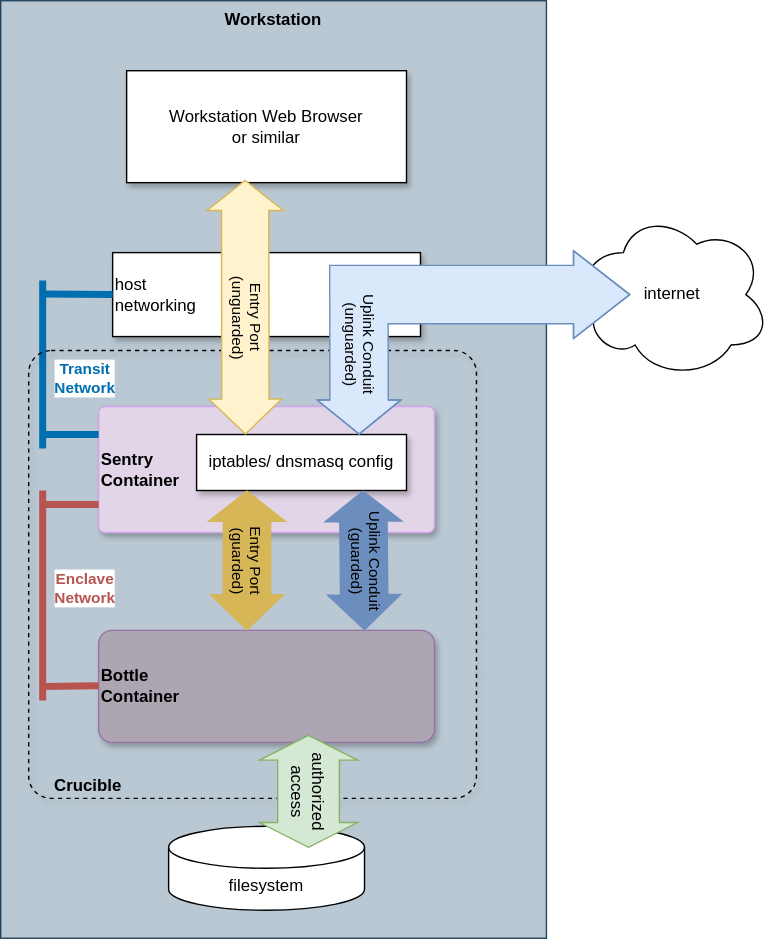
The draw.io diagram rbm-abstract-drawio.svg in bhyslop/recipemuster, before a commit. Source tidied: cells renumbered, new cells last; positions are measured from the earlier drawing's top-left corner, leaving out a move shared by most shapes.
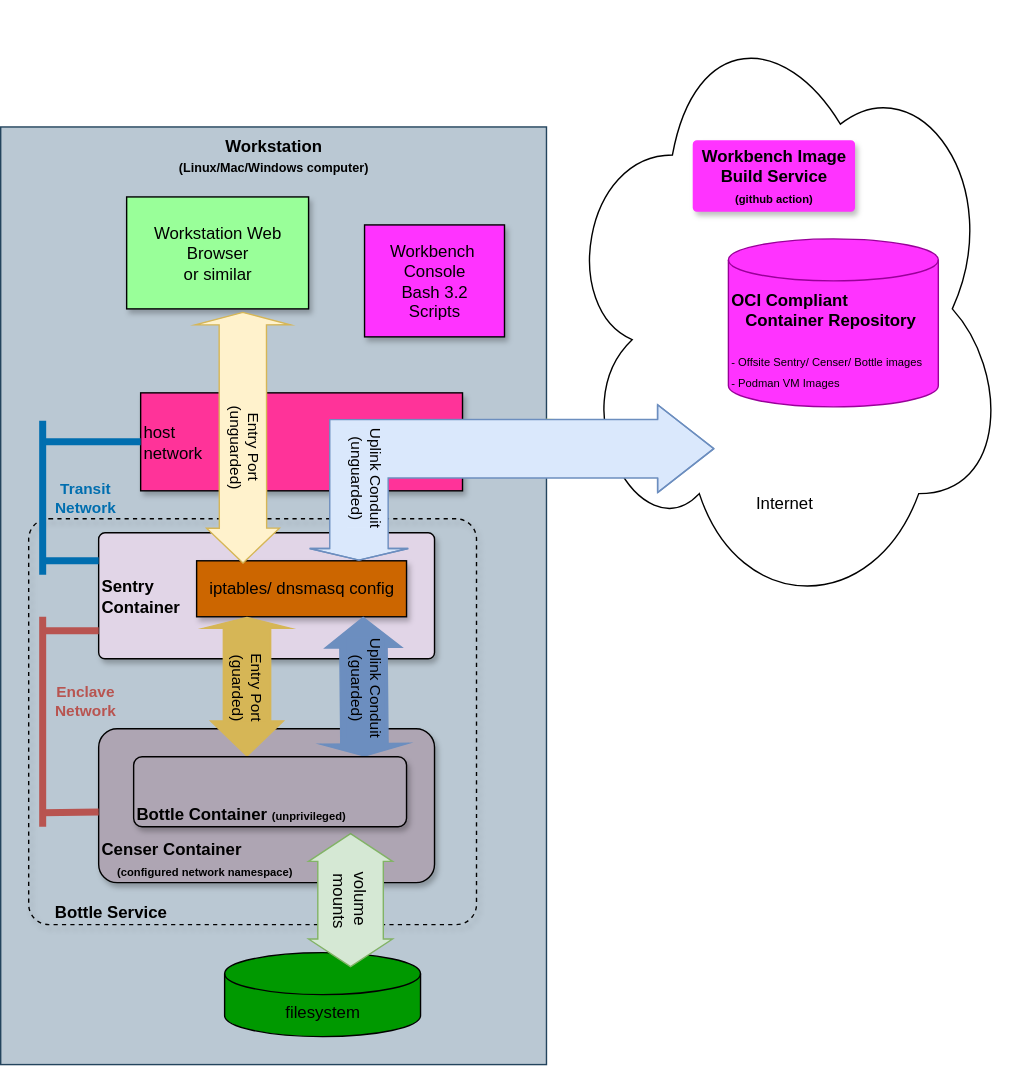
The same diagram one commit later.

The edit, as a diff of the source:
```diff
@@ -2,17 +2,20 @@
   <root>
     <mxCell id="0" />
     <mxCell id="1" parent="0" />
-    <mxCell id="2" value="Workstation" style="whiteSpace=wrap;html=1;rounded=0;glass=0;shadow=0;arcSize=5;verticalAlign=top;fillColor=#bac8d3;strokeColor=#23445d;fontStyle=1;" parent="1" vertex="1">
+    <mxCell id="2" value="Workstation&lt;div&gt;&lt;font style=&quot;font-size: 9px;&quot;&gt;(Linux/Mac/Windows computer)&lt;/font&gt;&lt;/div&gt;" style="whiteSpace=wrap;html=1;rounded=0;glass=0;shadow=0;arcSize=5;verticalAlign=top;fillColor=#bac8d3;strokeColor=#23445d;fontStyle=1;fontColor=#000000;" parent="1" vertex="1">
       <mxGeometry width="390" height="670" as="geometry" />
     </mxCell>
+    <mxCell id="19" value="&lt;b&gt;&amp;nbsp; &amp;nbsp; &amp;nbsp;Bottle Service&lt;/b&gt;" style="whiteSpace=wrap;html=1;rounded=1;glass=0;shadow=1;arcSize=5;fillColor=none;dashed=1;align=left;verticalAlign=bottom;fontColor=#000000;strokeColor=#000000;" parent="1" vertex="1">
+      <mxGeometry x="20" y="280" width="320" height="290" as="geometry" />
+    </mxCell>
-    <mxCell id="3" value="Sentry&lt;div&gt;Container&lt;/div&gt;" style="whiteSpace=wrap;html=1;rounded=1;glass=0;shadow=1;arcSize=5;verticalAlign=middle;align=left;fillColor=#e1d5e7;strokeColor=#D4A3EB;fontStyle=1;" parent="1" vertex="1">
+    <mxCell id="3" value="Sentry&lt;div&gt;Container&lt;/div&gt;" style="whiteSpace=wrap;html=1;rounded=1;glass=0;shadow=1;arcSize=5;verticalAlign=middle;align=left;fillColor=#e1d5e7;strokeColor=#000000;fontStyle=1;fontColor=#000000;" parent="1" vertex="1">
       <mxGeometry x="70" y="290" width="240" height="90" as="geometry" />
     </mxCell>
-    <mxCell id="4" value="Bottle&lt;div&gt;Container&lt;/div&gt;" style="whiteSpace=wrap;html=1;rounded=1;glass=0;shadow=1;arcSize=12;align=left;verticalAlign=middle;fillColor=#AEA5B3;strokeColor=#9673a6;fontStyle=1;" parent="1" vertex="1">
-      <mxGeometry x="70" y="450" width="240" height="80" as="geometry" />
+    <mxCell id="4" value="&lt;font style=&quot;color: rgb(0, 0, 0);&quot;&gt;Censer Container&lt;/font&gt;&lt;div&gt;&lt;font style=&quot;font-size: 8px;&quot; color=&quot;#000000&quot;&gt;&amp;nbsp; &amp;nbsp; &amp;nbsp;(configured network namespace)&lt;/font&gt;&lt;/div&gt;" style="whiteSpace=wrap;html=1;rounded=1;glass=0;shadow=1;arcSize=12;align=left;verticalAlign=bottom;fillColor=light-dark(#AEA5B3, #e1d5e7);strokeColor=#000000;fontStyle=1;fontColor=#000000;" parent="1" vertex="1">
+      <mxGeometry x="70" y="430" width="240" height="110" as="geometry" />
     </mxCell>
-    <mxCell id="5" value="Enclave&lt;div&gt;Network&lt;/div&gt;" style="edgeStyle=none;orthogonalLoop=1;jettySize=auto;html=1;rounded=0;endArrow=none;endFill=0;fillColor=#f8cecc;strokeColor=#b85450;strokeWidth=5;fontColor=#B85450;fontStyle=1;" parent="1" edge="1">
-      <mxGeometry x="0.07" y="-30" relative="1" as="geometry">
+    <mxCell id="5" value="Enclave&lt;div&gt;Network&lt;/div&gt;" style="edgeStyle=none;orthogonalLoop=1;jettySize=auto;html=1;rounded=0;endArrow=none;endFill=0;fillColor=#f8cecc;strokeColor=#b85450;strokeWidth=5;fontColor=#B85450;fontStyle=1;labelBackgroundColor=none;" parent="1" edge="1">
+      <mxGeometry x="0.2" y="-30" relative="1" as="geometry">
         <mxPoint x="30" y="500" as="sourcePoint" />
         <mxPoint x="30" y="350" as="targetPoint" />
       </mxGeometry>
@@ -29,8 +32,8 @@
         <mxPoint x="70" y="489.5" as="targetPoint" />
       </mxGeometry>
     </mxCell>
-    <mxCell id="8" value="host&lt;div&gt;networking&lt;/div&gt;" style="whiteSpace=wrap;html=1;rounded=0;glass=0;shadow=1;arcSize=5;align=left;verticalAlign=middle;" parent="1" vertex="1">
-      <mxGeometry x="80" y="180" width="220" height="60" as="geometry" />
+    <mxCell id="8" value="host&lt;div&gt;network&lt;/div&gt;" style="whiteSpace=wrap;html=1;rounded=0;glass=0;shadow=1;arcSize=5;align=left;verticalAlign=middle;fillColor=#FF3399;strokeColor=#000000;fontColor=#000000;" parent="1" vertex="1">
+      <mxGeometry x="100" y="190" width="230" height="70" as="geometry" />
     </mxCell>
     <mxCell id="9" style="edgeStyle=none;orthogonalLoop=1;jettySize=auto;html=1;rounded=0;endArrow=none;endFill=0;fillColor=#1ba1e2;strokeColor=#006EAF;strokeWidth=5;" parent="1" edge="1">
       <mxGeometry relative="1" as="geometry">
@@ -38,65 +41,76 @@
         <mxPoint x="70" y="310" as="targetPoint" />
       </mxGeometry>
     </mxCell>
-    <mxCell id="10" value="Transit&lt;div&gt;Network&lt;/div&gt;" style="edgeStyle=none;orthogonalLoop=1;jettySize=auto;html=1;rounded=0;endArrow=none;endFill=0;fillColor=#1ba1e2;strokeColor=#006EAF;strokeWidth=5;fontColor=#006EAF;align=center;fontStyle=1;" parent="1" edge="1">
-      <mxGeometry x="-0.17" y="-30" relative="1" as="geometry">
+    <mxCell id="10" value="Transit&lt;div&gt;Network&lt;/div&gt;" style="edgeStyle=none;orthogonalLoop=1;jettySize=auto;html=1;rounded=0;endArrow=none;endFill=0;fillColor=#1ba1e2;strokeColor=#006EAF;strokeWidth=5;fontColor=#006EAF;align=center;fontStyle=1;labelBackgroundColor=none;" parent="1" edge="1">
+      <mxGeometry y="-30" relative="1" as="geometry">
         <mxPoint x="30" y="320" as="sourcePoint" />
-        <mxPoint x="30" y="200" as="targetPoint" />
+        <mxPoint x="30" y="210" as="targetPoint" />
       </mxGeometry>
     </mxCell>
-    <mxCell id="11" value="Workstation Web Browser&lt;div&gt;or similar&lt;/div&gt;" style="whiteSpace=wrap;html=1;rounded=0;glass=0;shadow=1;arcSize=5;" parent="1" vertex="1">
-      <mxGeometry x="90" y="50" width="200" height="80" as="geometry" />
+    <mxCell id="11" value="Workstation Web Browser&lt;div&gt;or similar&lt;/div&gt;" style="whiteSpace=wrap;html=1;rounded=0;glass=0;shadow=1;arcSize=5;fillColor=#99FF99;strokeColor=#000000;fontColor=#000000;" parent="1" vertex="1">
+      <mxGeometry x="90" y="50" width="130" height="80" as="geometry" />
     </mxCell>
-    <mxCell id="12" style="edgeStyle=none;jettySize=auto;html=1;rounded=0;endArrow=none;endFill=0;entryX=1;entryY=0.5;entryDx=0;entryDy=0;exitX=0.103;exitY=0.501;exitDx=0;exitDy=0;exitPerimeter=0;fillColor=#fff2cc;strokeColor=#FFFF33;" parent="1" edge="1" source="17" target="8">
+    <mxCell id="12" style="edgeStyle=none;jettySize=auto;html=1;rounded=0;endArrow=none;endFill=0;entryX=1;entryY=0.5;entryDx=0;entryDy=0;exitX=0.103;exitY=0.501;exitDx=0;exitDy=0;exitPerimeter=0;fillColor=#fff2cc;strokeColor=#FFFF33;" parent="1" edge="1" target="8">
       <mxGeometry relative="1" as="geometry">
+        <mxPoint x="430.6" y="210.1" as="sourcePoint" />
         <Array as="points">
           <mxPoint x="390" y="209" />
         </Array>
       </mxGeometry>
     </mxCell>
-    <mxCell id="13" value="iptables/ dnsmasq config" style="whiteSpace=wrap;html=1;rounded=0;glass=0;shadow=1;arcSize=5;" parent="1" vertex="1">
+    <mxCell id="13" value="iptables/ dnsmasq config" style="whiteSpace=wrap;html=1;rounded=0;glass=0;shadow=1;arcSize=5;fillColor=#CC6600;strokeColor=#000000;fontColor=#000000;" parent="1" vertex="1">
       <mxGeometry x="140" y="310" width="150" height="40" as="geometry" />
     </mxCell>
     <mxCell id="14" style="edgeStyle=none;jettySize=auto;html=1;rounded=0;endArrow=none;endFill=0;fillColor=#1ba1e2;strokeColor=#006EAF;strokeWidth=5;entryX=0;entryY=0.5;entryDx=0;entryDy=0;" parent="1" edge="1" target="8">
       <mxGeometry relative="1" as="geometry">
-        <mxPoint x="30" y="209.6" as="sourcePoint" />
+        <mxPoint x="30" y="225" as="sourcePoint" />
       </mxGeometry>
     </mxCell>
-    <mxCell id="15" value="filesystem" style="shape=cylinder3;whiteSpace=wrap;html=1;boundedLbl=1;backgroundOutline=1;size=15;" parent="1" vertex="1">
-      <mxGeometry x="120" y="590" width="140" height="60" as="geometry" />
+    <mxCell id="15" value="filesystem" style="shape=cylinder3;whiteSpace=wrap;html=1;boundedLbl=1;backgroundOutline=1;size=15;fillColor=#009900;fontColor=#000000;strokeColor=#000000;" parent="1" vertex="1">
+      <mxGeometry x="160" y="590" width="140" height="60" as="geometry" />
     </mxCell>
-    <mxCell id="16" value="Entry Port&lt;div&gt;(guarded)&lt;/div&gt;" style="shape=flexArrow;endArrow=classic;startArrow=classic;html=1;rounded=0;width=33.80952380952381;endSize=7.9904761904761905;startSize=6.852380952380952;endWidth=17.24137931034483;textDirection=vertical-rl;fillColor=#D6B656;strokeColor=#d6b656;labelBackgroundColor=#D6B656;" parent="1" edge="1">
+    <mxCell id="16" value="Entry Port&lt;div&gt;(guarded)&lt;/div&gt;" style="shape=flexArrow;endArrow=classic;startArrow=classic;html=1;rounded=0;width=33.80952380952381;endSize=7.9904761904761905;startSize=2.223809523809524;endWidth=17.24137931034483;textDirection=vertical-rl;fillColor=#D6B656;strokeColor=#d6b656;labelBackgroundColor=#D6B656;startWidth=27.233560090702948;fontColor=#000000;" parent="1" edge="1">
       <mxGeometry x="1" y="-1" relative="1" as="geometry">
         <mxPoint x="176" y="350" as="sourcePoint" />
         <mxPoint x="176" y="450" as="targetPoint" />
       </mxGeometry>
     </mxCell>
-    <mxCell id="17" value="internet" style="ellipse;shape=cloud;whiteSpace=wrap;html=1;" parent="1" vertex="1">
-      <mxGeometry x="410" y="150" width="140" height="120" as="geometry" />
-    </mxCell>
-    <mxCell id="18" value="Uplink Conduit&lt;div&gt;(guarded)&lt;/div&gt;" style="shape=flexArrow;endArrow=classic;startArrow=classic;html=1;rounded=0;width=33.80952380952381;endSize=7.9904761904761905;startSize=6.852380952380952;endWidth=17.24137931034483;textDirection=vertical-rl;fillColor=#6C8EBF;strokeColor=#6c8ebf;labelBackgroundColor=#6C8EBF;" parent="1" edge="1">
+    <mxCell id="18" value="Uplink Conduit&lt;div&gt;(guarded)&lt;/div&gt;" style="shape=flexArrow;endArrow=classic;startArrow=classic;html=1;rounded=0;width=33.80952380952381;endSize=2.623809523809524;startSize=6.852380952380952;endWidth=28.185941043083897;textDirection=vertical-rl;fillColor=#6C8EBF;strokeColor=#6c8ebf;labelBackgroundColor=#6C8EBF;fontColor=#000000;" parent="1" edge="1">
       <mxGeometry x="1" relative="1" as="geometry">
         <mxPoint x="259" y="350" as="sourcePoint" />
         <mxPoint x="260" y="450" as="targetPoint" />
       </mxGeometry>
     </mxCell>
-    <mxCell id="19" value="&lt;b&gt;&amp;nbsp; &amp;nbsp; &amp;nbsp;Crucible&lt;/b&gt;" style="whiteSpace=wrap;html=1;rounded=1;glass=0;shadow=1;arcSize=5;fillColor=none;dashed=1;align=left;verticalAlign=bottom;" parent="1" vertex="1">
-      <mxGeometry x="20" y="250" width="320" height="320" as="geometry" />
-    </mxCell>
-    <mxCell id="20" value="authorized&lt;div&gt;access&lt;/div&gt;" style="html=1;shadow=0;dashed=0;align=center;verticalAlign=middle;shape=mxgraph.arrows2.twoWayArrow;dy=0.37;dx=17.71;fillColor=#d5e8d4;strokeColor=#82b366;rotation=90;" parent="1" vertex="1">
-      <mxGeometry x="180" y="530" width="80" height="70" as="geometry" />
+    <mxCell id="20" value="volume&amp;nbsp;&lt;div&gt;mounts&lt;/div&gt;" style="html=1;shadow=0;dashed=0;align=center;verticalAlign=middle;shape=mxgraph.arrows2.twoWayArrow;dy=0.22;dx=19.76;fillColor=#d5e8d4;strokeColor=#82b366;rotation=90;fontColor=#000000;" parent="1" vertex="1">
+      <mxGeometry x="202.5" y="522.5" width="95" height="60" as="geometry" />
     </mxCell>
+    <mxCell id="22" value="Entry Port&lt;div&gt;(unguarded)&lt;/div&gt;" style="shape=flexArrow;endArrow=classic;startArrow=classic;html=1;rounded=0;width=33.80952380952381;endSize=7.9904761904761905;startSize=2.6333333333333333;endWidth=17.24137931034483;textDirection=vertical-rl;fillColor=#fff2cc;strokeColor=#d6b656;labelBackgroundColor=#FFF2CC;entryX=0.221;entryY=0.054;entryDx=0;entryDy=0;entryPerimeter=0;startWidth=32.94784580498866;fontColor=#000000;" parent="1" edge="1" target="13">
+      <mxGeometry x="0.62" relative="1" as="geometry">
+        <mxPoint x="173" y="132" as="sourcePoint" />
+      </mxGeometry>
+    </mxCell>
+    <mxCell id="23" value="Bottle Container&amp;nbsp;&lt;span style=&quot;font-size: 8px; background-color: transparent;&quot;&gt;(unprivileged)&lt;/span&gt;" style="whiteSpace=wrap;html=1;rounded=1;glass=0;shadow=1;arcSize=12;align=left;verticalAlign=bottom;fillColor=#AEA5B3;strokeColor=#000000;fontStyle=1;fontColor=#000000;" parent="1" vertex="1">
+      <mxGeometry x="95" y="450" width="195" height="50" as="geometry" />
+    </mxCell>
+    <mxCell id="24" value="&lt;div&gt;&lt;span style=&quot;background-color: transparent; color: light-dark(rgb(0, 0, 0), rgb(255, 255, 255));&quot;&gt;Internet&lt;/span&gt;&lt;/div&gt;&lt;div&gt;&lt;span style=&quot;background-color: transparent; color: light-dark(rgb(0, 0, 0), rgb(255, 255, 255));&quot;&gt;&lt;br&gt;&lt;/span&gt;&lt;/div&gt;&lt;div&gt;&lt;span style=&quot;background-color: transparent; color: light-dark(rgb(0, 0, 0), rgb(255, 255, 255));&quot;&gt;&lt;br&gt;&lt;/span&gt;&lt;/div&gt;&lt;div&gt;&lt;span style=&quot;background-color: transparent; color: light-dark(rgb(0, 0, 0), rgb(255, 255, 255));&quot;&gt;&lt;br&gt;&lt;/span&gt;&lt;/div&gt;&lt;div&gt;&lt;span style=&quot;background-color: transparent; color: light-dark(rgb(0, 0, 0), rgb(255, 255, 255));&quot;&gt;&lt;br&gt;&lt;/span&gt;&lt;/div&gt;&lt;div&gt;&lt;span style=&quot;background-color: transparent; color: light-dark(rgb(0, 0, 0), rgb(255, 255, 255));&quot;&gt;&lt;br&gt;&lt;/span&gt;&lt;/div&gt;" style="ellipse;shape=cloud;whiteSpace=wrap;html=1;verticalAlign=bottom;" parent="1" vertex="1">
+      <mxGeometry x="400" y="-90" width="320" height="440" as="geometry" />
+    </mxCell>
-    <mxCell id="21" value="Uplink Conduit&lt;div&gt;(unguarded)&lt;/div&gt;" style="shape=flexArrow;endArrow=classic;startArrow=classic;html=1;rounded=0;width=41.714285714285715;endSize=7.782857142857142;startSize=13.060606060606062;endWidth=17.24137931034483;textDirection=vertical-rl;fillColor=#dae8fc;strokeColor=#6c8ebf;labelBackgroundColor=#DAE8FC;entryX=0.738;entryY=0.188;entryDx=0;entryDy=0;entryPerimeter=0;exitX=0.286;exitY=0.5;exitDx=0;exitDy=0;exitPerimeter=0;" parent="1" edge="1" source="17" target="19">
-      <mxGeometry x="0.89" relative="1" as="geometry">
+    <mxCell id="21" value="Uplink Conduit&lt;div&gt;(unguarded)&lt;/div&gt;" style="shape=flexArrow;endArrow=classic;startArrow=classic;html=1;rounded=0;width=41.714285714285715;endSize=2.4238095238095236;startSize=13.060606060606062;endWidth=27.755102040816325;textDirection=vertical-rl;fillColor=#dae8fc;strokeColor=#6c8ebf;labelBackgroundColor=#DAE8FC;exitX=0.344;exitY=0.727;exitDx=0;exitDy=0;exitPerimeter=0;fontColor=#000000;" parent="1" edge="1" source="24">
+      <mxGeometry x="0.94" y="4" relative="1" as="geometry">
+        <mxPoint x="256" y="310" as="targetPoint" />
         <Array as="points">
-          <mxPoint x="256" y="210" />
+          <mxPoint x="256" y="230" />
         </Array>
       </mxGeometry>
     </mxCell>
-    <mxCell id="22" value="Entry Port&lt;div&gt;(unguarded)&lt;/div&gt;" style="shape=flexArrow;endArrow=classic;startArrow=classic;html=1;rounded=0;width=33.80952380952381;endSize=7.9904761904761905;startSize=6.852380952380952;endWidth=17.24137931034483;textDirection=vertical-rl;exitX=0.281;exitY=0.973;exitDx=0;exitDy=0;exitPerimeter=0;fillColor=#fff2cc;strokeColor=#d6b656;labelBackgroundColor=#FFF2CC;entryX=0.484;entryY=0.188;entryDx=0;entryDy=0;entryPerimeter=0;" parent="1" edge="1" target="19">
-      <mxGeometry x="0.62" relative="1" as="geometry">
-        <mxPoint x="174.7" y="127.8" as="sourcePoint" />
-      </mxGeometry>
-    </mxCell>
+    <mxCell id="25" value="&lt;b&gt;OCI Compliant&amp;nbsp;&lt;/b&gt;&lt;div&gt;&lt;b&gt;&amp;nbsp; &amp;nbsp;Container Repository&lt;br&gt;&lt;/b&gt;&lt;br&gt;&lt;font style=&quot;font-size: 8px;&quot;&gt;- Offsite Sentry/ Censer/ Bottle images&lt;/font&gt;&lt;div&gt;&lt;font style=&quot;font-size: 8px;&quot;&gt;- Podman VM Images&lt;/font&gt;&lt;/div&gt;&lt;/div&gt;" style="shape=cylinder3;whiteSpace=wrap;html=1;boundedLbl=1;backgroundOutline=1;size=15;fillColor=light-dark(#FF33FF, #e1d5e7);fontColor=#000000;strokeColor=#990099;verticalAlign=top;align=left;" parent="1" vertex="1">
+      <mxGeometry x="520" y="80" width="150" height="120" as="geometry" />
+    </mxCell>
+    <mxCell id="26" value="Workbench&amp;nbsp;&lt;div&gt;Console&lt;/div&gt;&lt;div&gt;Bash 3.2&lt;/div&gt;&lt;div&gt;Scripts&lt;/div&gt;" style="whiteSpace=wrap;html=1;rounded=0;glass=0;shadow=1;arcSize=5;fillColor=#FF33FF;strokeColor=#000000;fontColor=#000000;" parent="1" vertex="1">
+      <mxGeometry x="260" y="70" width="100" height="80" as="geometry" />
+    </mxCell>
+    <mxCell id="27" value="Workbench&amp;nbsp;&lt;span style=&quot;background-color: transparent;&quot;&gt;Image Build Service&lt;/span&gt;&lt;div&gt;&lt;span style=&quot;background-color: transparent;&quot;&gt;&lt;font style=&quot;font-size: 8px;&quot;&gt;(github action)&lt;/font&gt;&lt;/span&gt;&lt;/div&gt;" style="whiteSpace=wrap;html=1;rounded=1;glass=0;shadow=1;arcSize=5;verticalAlign=middle;align=center;fillColor=#FF33FF;strokeColor=#FF33FF;fontStyle=1;fontColor=#000000;" parent="1" vertex="1">
+      <mxGeometry x="495" y="10" width="115" height="50" as="geometry" />
+    </mxCell>
   </root>
 </mxGraphModel>
```
